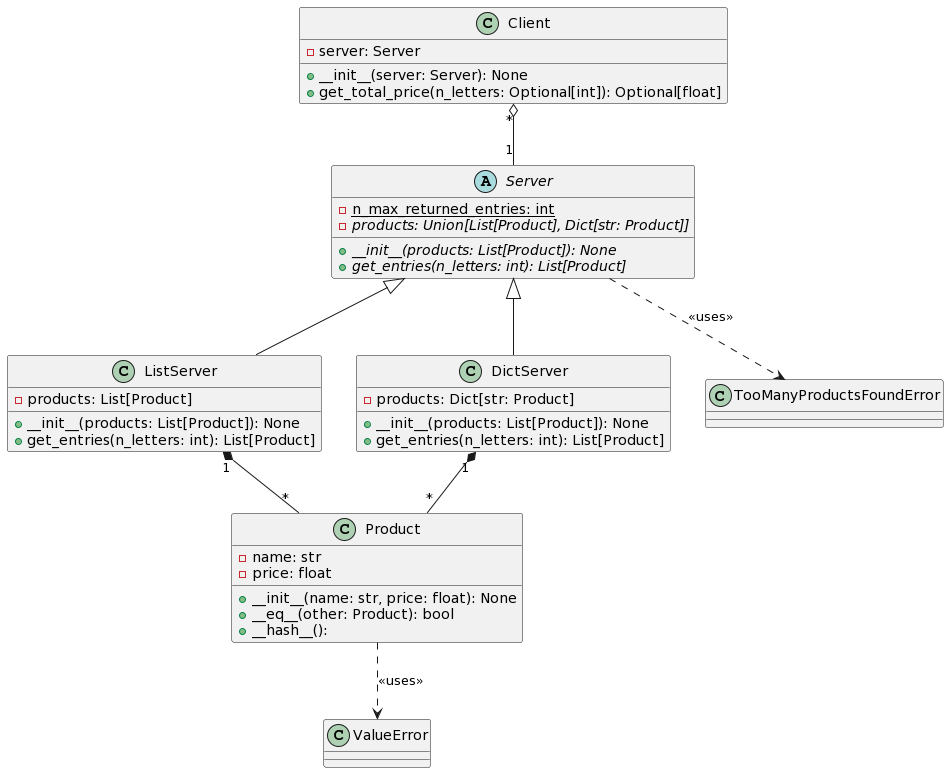
Earlier version of the PlantUML export UML_files/UML.png (tymson20/servers_project).
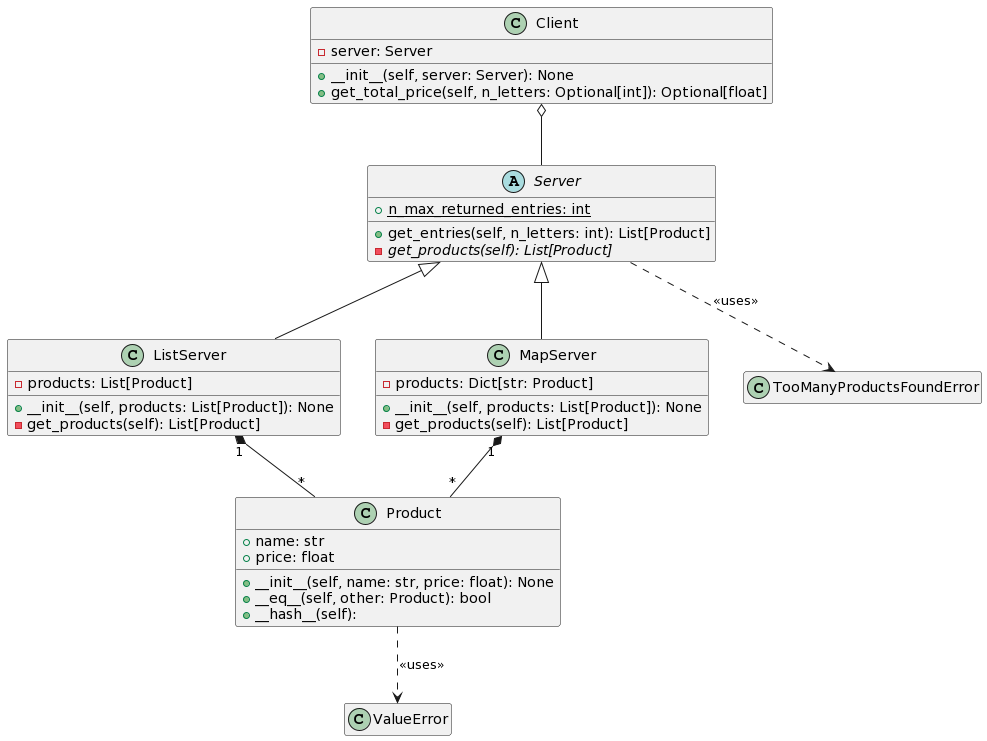
After the change.

Diff of the diagram source:
```diff
@@ -1,43 +1,44 @@
 @startuml
 class Product {
- + __init__(name: str, price: float): None
- + __eq__(other: Product): bool
- + __hash__():
- - name: str
- - price: float
+ + __init__(self, name: str, price: float): None
+ + __eq__(self, other: Product): bool
+ + __hash__(self):
+ + name: str
+ + price: float
 }
 
 abstract class Server {
- + {abstract} __init__(products: List[Product]): None
- + {abstract} get_entries(n_letters: int): List[Product]
- - {static} n_max_returned_entries: int
- - {abstract} products: Union[List[Product], Dict[str: Product]]
+ + get_entries(self, n_letters: int): List[Product]
+ - {abstract} get_products(self): List[Product]
+ + {static} n_max_returned_entries: int
 }
 
 class ListServer {
- + __init__(products: List[Product]): None
- + get_entries(n_letters: int): List[Product]
+ + __init__(self, products: List[Product]): None
+ - get_products(self): List[Product]
  - products: List[Product]
 }
 
-class DictServer {
- + __init__(products: List[Product]): None
- + get_entries(n_letters: int): List[Product]
+class MapServer {
+ + __init__(self, products: List[Product]): None
+ - get_products(self): List[Product]
  - products: Dict[str: Product]
 }
 
 class Client {
- + __init__(server: Server): None
- + get_total_price(n_letters: Optional[int]): Optional[float]
+ + __init__(self, server: Server): None
+ + get_total_price(self, n_letters: Optional[int]): Optional[float]
  - server: Server
 }
 
 
 ListServer "1" *-- "*" Product
-DictServer "1" *-- "*" Product
+MapServer "1" *-- "*" Product
 Server <|-- ListServer
-Server <|-- DictServer
-Client "*" o-- "1" Server
+Server <|-- MapServer
+Client o-- Server
 Server ..> TooManyProductsFoundError : << uses >>
 Product ..> ValueError : << uses >>
+
+hide empty members
 @enduml
```
